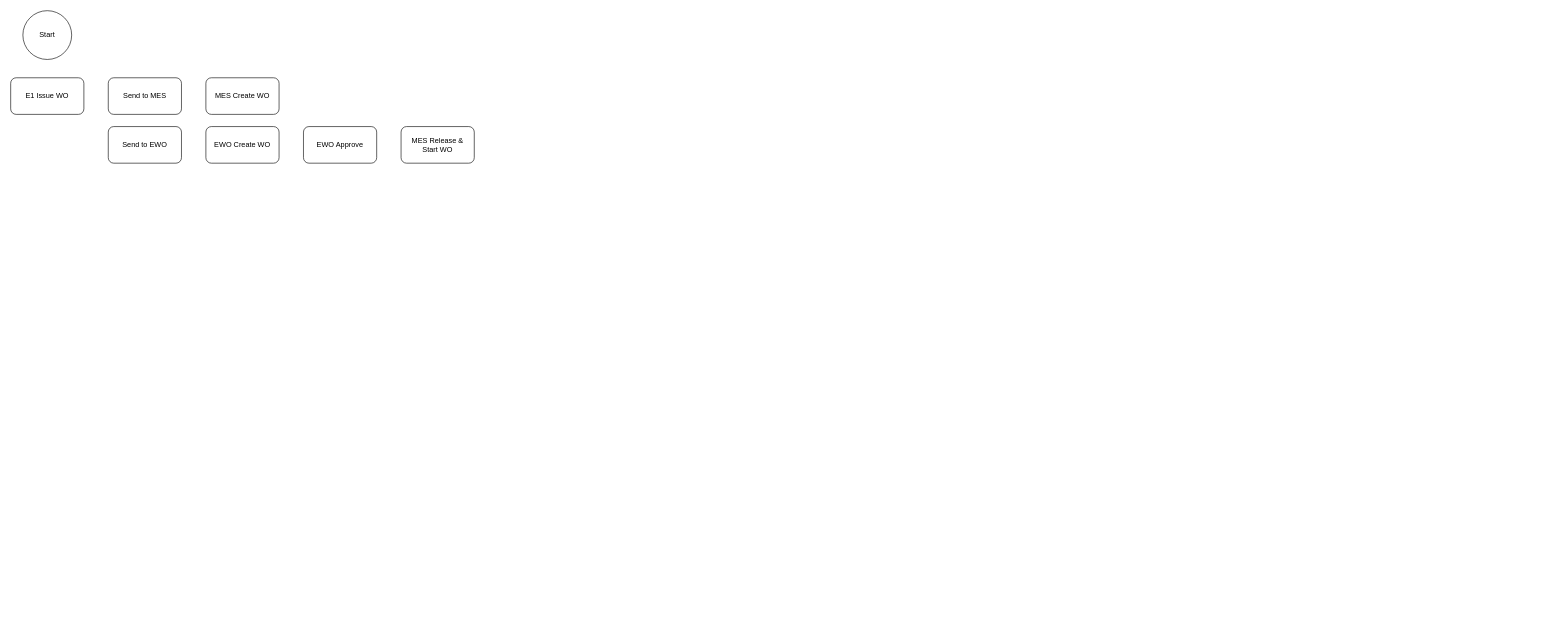
This is Work Order Flow.drawio from vinceliao99/MyDiagrams, a draw.io file, before an edit. Source tidied: cells renumbered, new cells numbered last; positions are measured from the earlier drawing's top-left corner, leaving out a move shared by most shapes. Both pictures are drawn from the tidied source at 61%, with x=0, y=0 at pixel (10, 10).
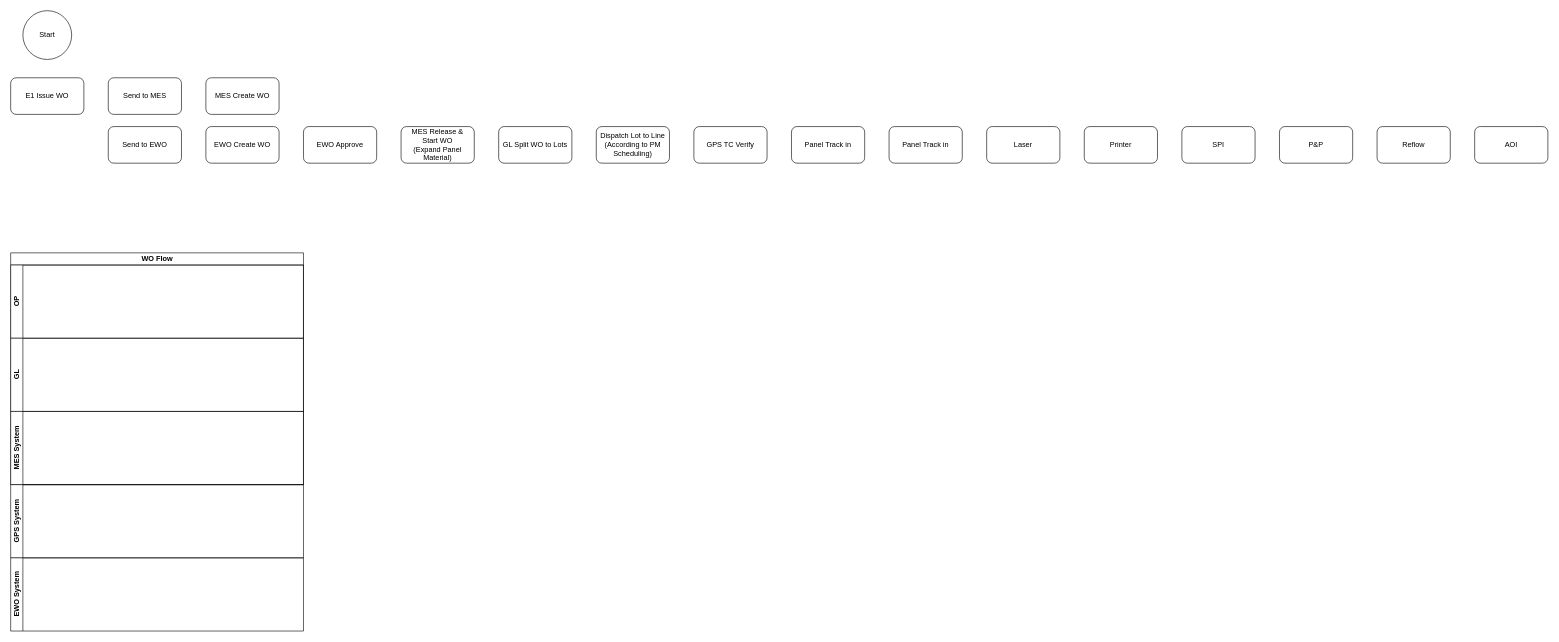
After the change.

The edit, as a diff of the source:
```diff
@@
-    <mxCell id="8" value="MES Release &amp;amp; &lt;br&gt;Start WO" style="rounded=1;whiteSpace=wrap;html=1;" parent="1" vertex="1">
+    <mxCell id="8" value="MES Release &amp;amp; &lt;br&gt;Start WO&lt;br&gt;(Expand Panel Material)" style="rounded=1;whiteSpace=wrap;html=1;" parent="1" vertex="1">
       <mxGeometry x="640" y="190" width="120" height="60" as="geometry" />
     </mxCell>
@@
+    <mxCell id="10" value="GL Split WO to Lots" style="rounded=1;whiteSpace=wrap;html=1;" parent="1" vertex="1">
+      <mxGeometry x="800" y="190" width="120" height="60" as="geometry" />
+    </mxCell>
+    <mxCell id="11" value="Dispatch Lot to Line&lt;br&gt;(According to PM Scheduling)" style="rounded=1;whiteSpace=wrap;html=1;" parent="1" vertex="1">
+      <mxGeometry x="960" y="190" width="120" height="60" as="geometry" />
+    </mxCell>
+    <mxCell id="12" value="GPS TC Verify" style="rounded=1;whiteSpace=wrap;html=1;" parent="1" vertex="1">
+      <mxGeometry x="1120" y="190" width="120" height="60" as="geometry" />
+    </mxCell>
+    <mxCell id="13" value="Panel Track in" style="rounded=1;whiteSpace=wrap;html=1;" parent="1" vertex="1">
+      <mxGeometry x="1280" y="190" width="120" height="60" as="geometry" />
+    </mxCell>
+    <mxCell id="14" value="Panel Track in" style="rounded=1;whiteSpace=wrap;html=1;" parent="1" vertex="1">
+      <mxGeometry x="1440" y="190" width="120" height="60" as="geometry" />
+    </mxCell>
+    <mxCell id="15" value="Laser" style="rounded=1;whiteSpace=wrap;html=1;" parent="1" vertex="1">
+      <mxGeometry x="1600" y="190" width="120" height="60" as="geometry" />
+    </mxCell>
+    <mxCell id="16" value="Printer" style="rounded=1;whiteSpace=wrap;html=1;" parent="1" vertex="1">
+      <mxGeometry x="1760" y="190" width="120" height="60" as="geometry" />
+    </mxCell>
+    <mxCell id="17" value="SPI" style="rounded=1;whiteSpace=wrap;html=1;" parent="1" vertex="1">
+      <mxGeometry x="1920" y="190" width="120" height="60" as="geometry" />
+    </mxCell>
+    <mxCell id="18" value="P&amp;amp;P" style="rounded=1;whiteSpace=wrap;html=1;" parent="1" vertex="1">
+      <mxGeometry x="2080" y="190" width="120" height="60" as="geometry" />
+    </mxCell>
+    <mxCell id="19" value="Reflow" style="rounded=1;whiteSpace=wrap;html=1;" parent="1" vertex="1">
+      <mxGeometry x="2240" y="190" width="120" height="60" as="geometry" />
+    </mxCell>
+    <mxCell id="20" value="WO Flow" style="swimlane;horizontal=1;startSize=20;html=1;" parent="1" vertex="1">
+      <mxGeometry y="397" width="480" height="380" as="geometry" />
+    </mxCell>
+    <mxCell id="21" value="OP" style="swimlane;startSize=20;horizontal=0;html=1;" parent="20" vertex="1">
+      <mxGeometry y="20" width="480" height="120" as="geometry" />
+    </mxCell>
+    <mxCell id="22" value="GL" style="swimlane;startSize=20;horizontal=0;html=1;" parent="20" vertex="1">
+      <mxGeometry y="140" width="480" height="120" as="geometry" />
+    </mxCell>
+    <mxCell id="23" value="MES System" style="swimlane;startSize=20;horizontal=0;html=1;" parent="20" vertex="1">
+      <mxGeometry y="260" width="480" height="120" as="geometry" />
+    </mxCell>
+    <mxCell id="24" value="GPS System" style="swimlane;startSize=20;horizontal=0;html=1;" parent="1" vertex="1">
+      <mxGeometry y="777" width="480" height="120" as="geometry" />
+    </mxCell>
+    <mxCell id="25" value="EWO System" style="swimlane;startSize=20;horizontal=0;html=1;" parent="1" vertex="1">
+      <mxGeometry y="897" width="480" height="120" as="geometry" />
+    </mxCell>
+    <mxCell id="26" value="AOI" style="rounded=1;whiteSpace=wrap;html=1;" parent="1" vertex="1">
+      <mxGeometry x="2400" y="190" width="120" height="60" as="geometry" />
+    </mxCell>
```
